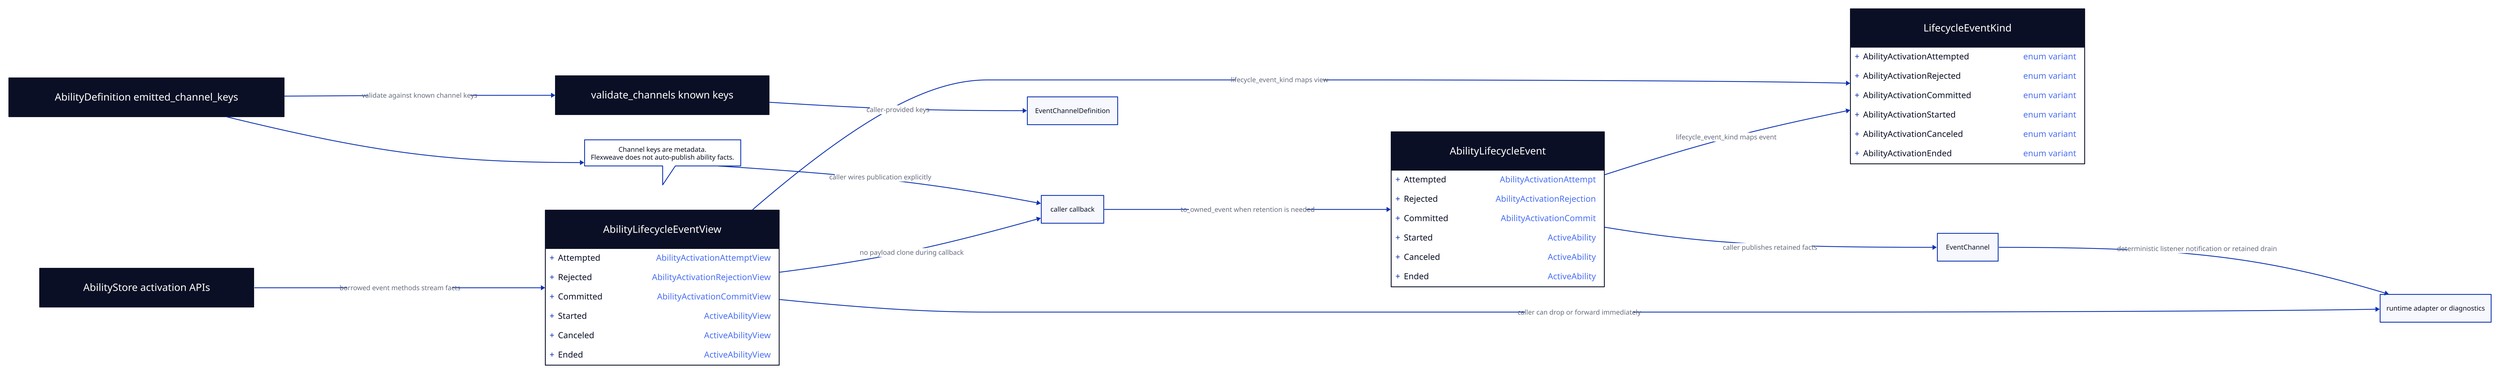
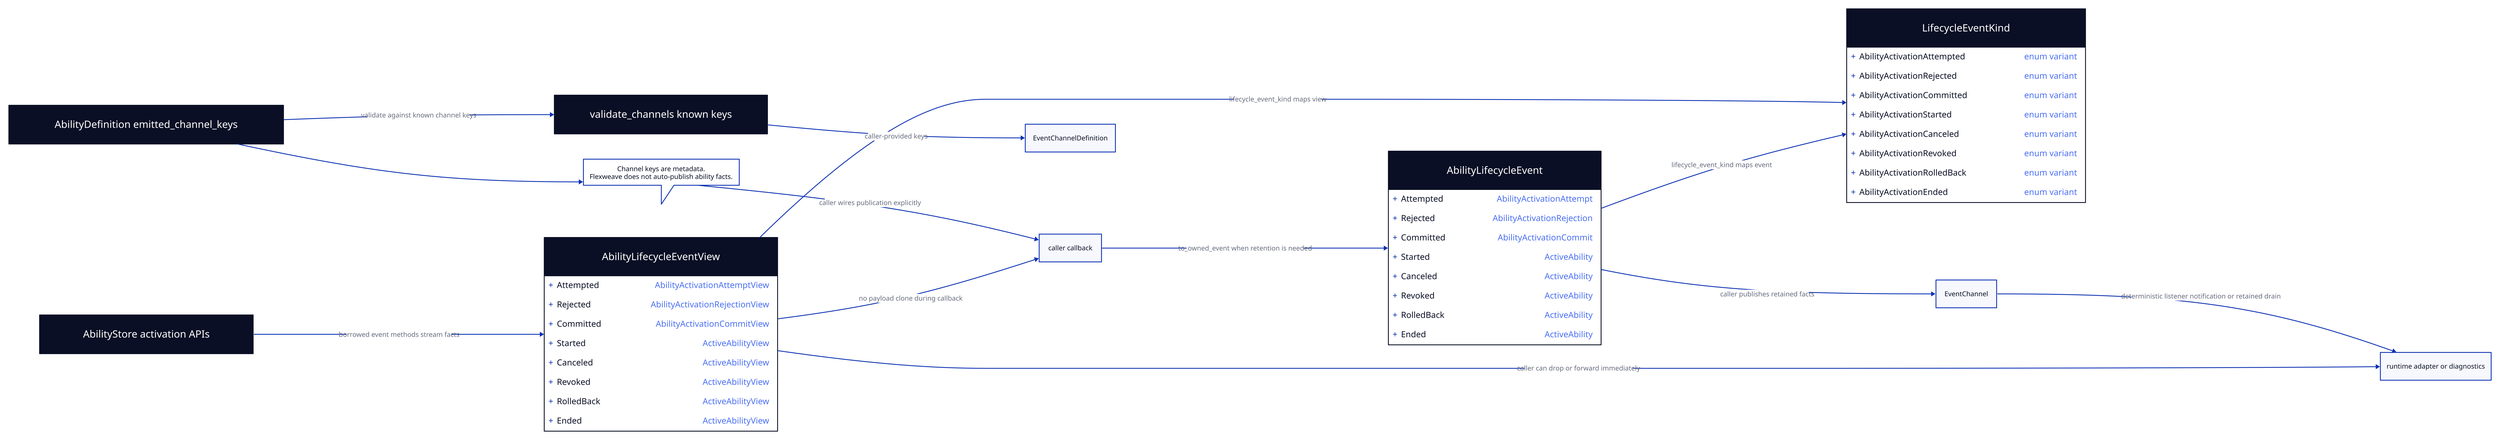
# Ability lifecycle fact publication model.

vars: {
  d2-config: {
    layout-engine: elk
    pad: 20
    theme-id: 200
  }
}

direction: right

classes: {
  primitive: {
    shape: class
  }
  data: {
    shape: class
  }
  caller
  metadata: {
    shape: class
  }
  gap: {
    shape: callout
  }
}

store: AbilityStore activation APIs
store.class: primitive

borrowed: AbilityLifecycleEventView {
  Attempted: AbilityActivationAttemptView
  Rejected: AbilityActivationRejectionView
  Committed: AbilityActivationCommitView
  Started: ActiveAbilityView
  Canceled: ActiveAbilityView
+   Revoked: ActiveAbilityView
+   RolledBack: ActiveAbilityView
  Ended: ActiveAbilityView
}
borrowed.class: primitive

owned: AbilityLifecycleEvent {
  Attempted: AbilityActivationAttempt
  Rejected: AbilityActivationRejection
  Committed: AbilityActivationCommit
  Started: ActiveAbility
  Canceled: ActiveAbility
+   Revoked: ActiveAbility
+   RolledBack: ActiveAbility
  Ended: ActiveAbility
}
owned.class: data

kind: LifecycleEventKind {
  AbilityActivationAttempted: enum variant
  AbilityActivationRejected: enum variant
  AbilityActivationCommitted: enum variant
  AbilityActivationStarted: enum variant
  AbilityActivationCanceled: enum variant
+   AbilityActivationRevoked: enum variant
+   AbilityActivationRolledBack: enum variant
  AbilityActivationEnded: enum variant
}
kind.class: metadata

callback: caller callback
callback.class: caller

channel_definition: EventChannelDefinition
channel_definition.class: caller

event_channel: EventChannel
event_channel.class: caller

adapter: runtime adapter or diagnostics
adapter.class: caller

definition_metadata: AbilityDefinition emitted_channel_keys
definition_metadata.class: metadata

validation: validate_channels known keys
validation.class: metadata

no_auto_route: Channel keys are metadata.\nFlexweave does not auto-publish ability facts.
no_auto_route.class: gap

store -> borrowed: borrowed event methods stream facts
borrowed -> callback: no payload clone during callback
callback -> owned: to_owned_event when retention is needed
owned -> event_channel: caller publishes retained facts
borrowed -> adapter: caller can drop or forward immediately
owned -> kind: lifecycle_event_kind maps event
borrowed -> kind: lifecycle_event_kind maps view

definition_metadata -> validation: validate against known channel keys
validation -> channel_definition: caller-provided keys
definition_metadata -> no_auto_route
no_auto_route -> callback: caller wires publication explicitly

event_channel -> adapter: deterministic listener notification or retained drain
